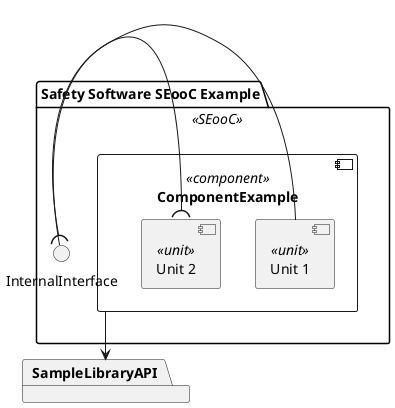
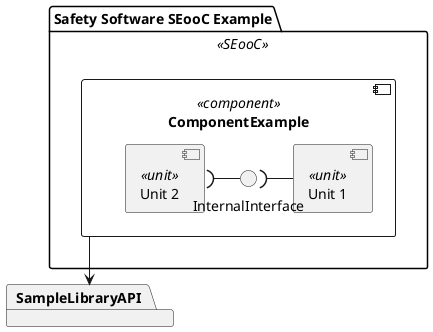
' *******************************************************************************
' Copyright (c) 2025 Contributors to the Eclipse Foundation
'
' See the NOTICE file(s) distributed with this work for additional
' information regarding copyright ownership.
'
' This program and the accompanying materials are made available under the
' terms of the Apache License Version 2.0 which is available at
' https://www.apache.org/licenses/LICENSE-2.0
'
' SPDX-License-Identifier: Apache-2.0
' *******************************************************************************

@startuml static_design

package "Safety Software SEooC Example" as safety_software_seooc_example <<SEooC>> {
    component "ComponentExample" as component_example <<component>> {
        component "Unit 1" as unit_1 <<unit>>
        component "Unit 2" as unit_2 <<unit>>
+ 
+         interface "InternalInterface" as InternalInterface
+         unit_1 -l-( InternalInterface
+         unit_2 )-r- InternalInterface
    }
-     interface "InternalInterface" as InternalInterface
-     unit_1 -( InternalInterface
-     unit_2 )- InternalInterface
}

package "SampleLibraryAPI" as SampleLibraryAPI

component_example --> SampleLibraryAPI

@enduml
